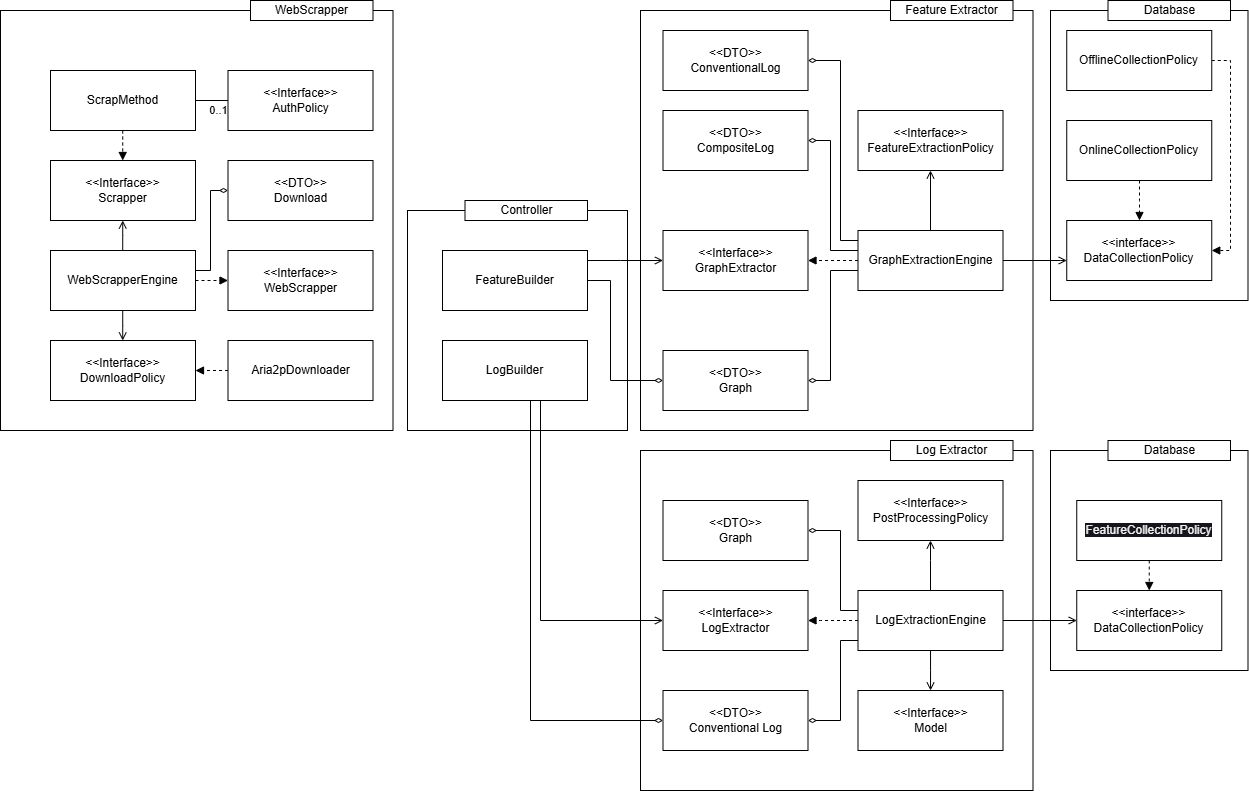
Vitorhgbds/GeoAI-ANP-DataExtractor keeps this draw.io diagram as diagrams/feature-pipeline.drawio.png. Above is the earlier version. Source tidied: cells renumbered, new cells last; positions are measured from the earlier drawing's top-left corner, leaving out a move shared by most shapes.
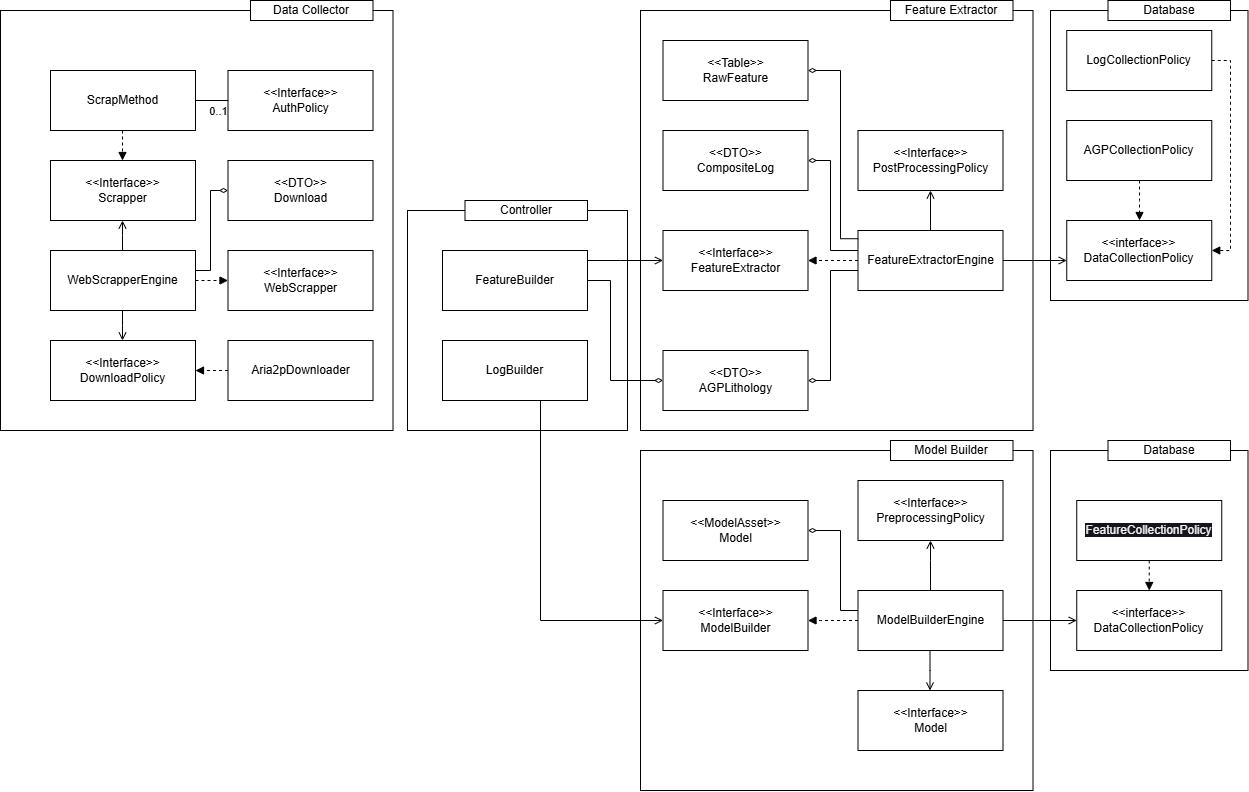
The same file after the commit.

What changed in the source:
```diff
@@ -25,7 +25,7 @@
         </Array>
       </mxGeometry>
     </mxCell>
-    <mxCell id="7" value="OnlineCollectionPolicy" style="rounded=0;whiteSpace=wrap;html=1;" parent="1" vertex="1">
+    <mxCell id="7" value="AGPCollectionPolicy" style="rounded=0;whiteSpace=wrap;html=1;" parent="1" vertex="1">
       <mxGeometry x="1066.2" y="120" width="145" height="60" as="geometry" />
     </mxCell>
     <mxCell id="8" style="edgeStyle=elbowEdgeStyle;html=1;rounded=0;endArrow=block;endFill=1;dashed=1;" parent="1" edge="1" source="9" target="5">
@@ -41,7 +41,7 @@
         </Array>
       </mxGeometry>
     </mxCell>
-    <mxCell id="9" value="OfflineCollectionPolicy" style="rounded=0;whiteSpace=wrap;html=1;" parent="1" vertex="1">
+    <mxCell id="9" value="LogCollectionPolicy" style="rounded=0;whiteSpace=wrap;html=1;" parent="1" vertex="1">
       <mxGeometry x="1066.2" y="30" width="145" height="60" as="geometry" />
     </mxCell>
     <mxCell id="10" style="edgeStyle=elbowEdgeStyle;html=1;endArrow=open;endFill=0;rounded=0;" parent="1" edge="1" source="16" target="5">
@@ -84,32 +84,21 @@
         </Array>
       </mxGeometry>
     </mxCell>
-    <mxCell id="15" style="edgeStyle=elbowEdgeStyle;rounded=0;html=1;endArrow=diamondThin;endFill=0;" parent="1" edge="1" source="16" target="21">
-      <mxGeometry relative="1" as="geometry">
-        <Array as="points">
-          <mxPoint x="840" y="240" />
-          <mxPoint x="850" y="240" />
-        </Array>
-      </mxGeometry>
-    </mxCell>
-    <mxCell id="16" value="GraphExtractionEngine" style="rounded=0;whiteSpace=wrap;html=1;" parent="1" vertex="1">
+    <mxCell id="16" value="FeatureExtractorEngine" style="rounded=0;whiteSpace=wrap;html=1;" parent="1" vertex="1">
       <mxGeometry x="857.5" y="230" width="145" height="60" as="geometry" />
     </mxCell>
-    <mxCell id="17" value="&amp;lt;&amp;lt;Interface&amp;gt;&amp;gt;&lt;br&gt;FeatureExtractionPolicy" style="rounded=0;whiteSpace=wrap;html=1;" parent="1" vertex="1">
-      <mxGeometry x="857.5" y="110" width="145" height="60" as="geometry" />
+    <mxCell id="17" value="&amp;lt;&amp;lt;Interface&amp;gt;&amp;gt;&lt;br&gt;PostProcessingPolicy" style="rounded=0;whiteSpace=wrap;html=1;" parent="1" vertex="1">
+      <mxGeometry x="857.5" y="130" width="145" height="60" as="geometry" />
     </mxCell>
-    <mxCell id="18" value="&amp;lt;&amp;lt;Interface&amp;gt;&amp;gt;&lt;br&gt;GraphExtractor" style="rounded=0;whiteSpace=wrap;html=1;" parent="1" vertex="1">
+    <mxCell id="18" value="&amp;lt;&amp;lt;Interface&amp;gt;&amp;gt;&lt;br&gt;FeatureExtractor" style="rounded=0;whiteSpace=wrap;html=1;" parent="1" vertex="1">
       <mxGeometry x="662.5" y="230" width="145" height="60" as="geometry" />
     </mxCell>
-    <mxCell id="19" value="&amp;lt;&amp;lt;DTO&amp;gt;&amp;gt;&lt;br&gt;Graph" style="rounded=0;whiteSpace=wrap;html=1;" parent="1" vertex="1">
+    <mxCell id="19" value="&amp;lt;&amp;lt;DTO&amp;gt;&amp;gt;&lt;br&gt;AGPLithology" style="rounded=0;whiteSpace=wrap;html=1;" parent="1" vertex="1">
       <mxGeometry x="662.5" y="350" width="145" height="60" as="geometry" />
     </mxCell>
     <mxCell id="20" value="&amp;lt;&amp;lt;DTO&amp;gt;&amp;gt;&lt;br&gt;CompositeLog" style="rounded=0;whiteSpace=wrap;html=1;" parent="1" vertex="1">
-      <mxGeometry x="662.5" y="110" width="145" height="60" as="geometry" />
+      <mxGeometry x="662.5" y="130" width="145" height="60" as="geometry" />
     </mxCell>
-    <mxCell id="21" value="&amp;lt;&amp;lt;DTO&amp;gt;&amp;gt;&lt;br&gt;ConventionalLog" style="rounded=0;whiteSpace=wrap;html=1;" parent="1" vertex="1">
-      <mxGeometry x="662.5" y="30" width="145" height="60" as="geometry" />
-    </mxCell>
     <mxCell id="22" value="Feature Extractor" style="rounded=0;whiteSpace=wrap;html=1;" parent="1" vertex="1">
       <mxGeometry x="890" width="122.5" height="20" as="geometry" />
     </mxCell>
@@ -164,14 +153,7 @@
         </Array>
       </mxGeometry>
     </mxCell>
-    <mxCell id="31" style="edgeStyle=elbowEdgeStyle;rounded=0;html=1;endArrow=diamondThin;endFill=0;" parent="1" edge="1" source="32" target="43">
-      <mxGeometry relative="1" as="geometry">
-        <Array as="points">
-          <mxPoint x="840" y="640" />
-        </Array>
-      </mxGeometry>
-    </mxCell>
-    <mxCell id="32" value="LogExtractionEngine" style="rounded=0;whiteSpace=wrap;html=1;" parent="1" vertex="1">
+    <mxCell id="32" value="ModelBuilderEngine" style="rounded=0;whiteSpace=wrap;html=1;" parent="1" vertex="1">
       <mxGeometry x="857.5" y="590" width="145" height="60" as="geometry" />
     </mxCell>
     <mxCell id="33" style="edgeStyle=elbowEdgeStyle;rounded=0;html=1;entryX=0;entryY=0.5;entryDx=0;entryDy=0;endArrow=open;endFill=0;" parent="1" edge="1" source="35" target="18">
@@ -210,13 +192,13 @@
     <mxCell id="35" value="FeatureBuilder" style="rounded=0;whiteSpace=wrap;html=1;" parent="1" vertex="1">
       <mxGeometry x="442" y="250" width="145" height="60" as="geometry" />
     </mxCell>
-    <mxCell id="36" value="&amp;lt;&amp;lt;Interface&amp;gt;&amp;gt;&lt;br&gt;PostProcessingPolicy" style="rounded=0;whiteSpace=wrap;html=1;" parent="1" vertex="1">
+    <mxCell id="36" value="&amp;lt;&amp;lt;Interface&amp;gt;&amp;gt;&lt;br&gt;&lt;div&gt;PreprocessingPolicy&lt;/div&gt;" style="rounded=0;whiteSpace=wrap;html=1;" parent="1" vertex="1">
       <mxGeometry x="857.5" y="480" width="145" height="60" as="geometry" />
     </mxCell>
-    <mxCell id="37" value="&amp;lt;&amp;lt;Interface&amp;gt;&amp;gt;&lt;br&gt;LogExtractor" style="rounded=0;whiteSpace=wrap;html=1;" parent="1" vertex="1">
+    <mxCell id="37" value="&amp;lt;&amp;lt;Interface&amp;gt;&amp;gt;&lt;br&gt;ModelBuilder" style="rounded=0;whiteSpace=wrap;html=1;" parent="1" vertex="1">
       <mxGeometry x="662.5" y="590" width="145" height="60" as="geometry" />
     </mxCell>
-    <mxCell id="38" value="Log Extractor" style="rounded=0;whiteSpace=wrap;html=1;" parent="1" vertex="1">
+    <mxCell id="38" value="Model Builder" style="rounded=0;whiteSpace=wrap;html=1;" parent="1" vertex="1">
       <mxGeometry x="890" y="440" width="122.5" height="20" as="geometry" />
     </mxCell>
     <mxCell id="39" value="Controller" style="rounded=0;whiteSpace=wrap;html=1;" parent="1" vertex="1">
@@ -233,19 +215,9 @@
         </Array>
       </mxGeometry>
     </mxCell>
-    <mxCell id="41" style="edgeStyle=elbowEdgeStyle;rounded=0;html=1;entryX=0;entryY=0.5;entryDx=0;entryDy=0;endArrow=diamondThin;endFill=0;" parent="1" edge="1" source="42" target="43">
-      <mxGeometry relative="1" as="geometry">
-        <Array as="points">
-          <mxPoint x="530" y="550" />
-        </Array>
-      </mxGeometry>
-    </mxCell>
     <mxCell id="42" value="LogBuilder" style="rounded=0;whiteSpace=wrap;html=1;" parent="1" vertex="1">
       <mxGeometry x="442" y="340" width="145" height="60" as="geometry" />
     </mxCell>
-    <mxCell id="43" value="&amp;lt;&amp;lt;DTO&amp;gt;&amp;gt;&lt;br&gt;Conventional Log" style="rounded=0;whiteSpace=wrap;html=1;" parent="1" vertex="1">
-      <mxGeometry x="662.5" y="690" width="145" height="60" as="geometry" />
-    </mxCell>
     <mxCell id="44" value="&amp;lt;&amp;lt;interface&amp;gt;&amp;gt;&lt;br&gt;DataCollectionPolicy" style="rounded=0;whiteSpace=wrap;html=1;" parent="1" vertex="1">
       <mxGeometry x="1076.2" y="590" width="145" height="60" as="geometry" />
     </mxCell>
@@ -270,13 +242,13 @@
     <mxCell id="48" value="&amp;lt;&amp;lt;Interface&amp;gt;&amp;gt;&lt;br&gt;Model" style="rounded=0;whiteSpace=wrap;html=1;" parent="1" vertex="1">
       <mxGeometry x="857.5" y="690" width="145" height="60" as="geometry" />
     </mxCell>
-    <mxCell id="49" value="&amp;lt;&amp;lt;DTO&amp;gt;&amp;gt;&lt;br&gt;Graph" style="rounded=0;whiteSpace=wrap;html=1;" parent="1" vertex="1">
+    <mxCell id="49" value="&amp;lt;&amp;lt;ModelAsset&amp;gt;&amp;gt;&lt;br&gt;Model" style="rounded=0;whiteSpace=wrap;html=1;" parent="1" vertex="1">
       <mxGeometry x="662.5" y="500" width="145" height="60" as="geometry" />
     </mxCell>
     <mxCell id="50" style="rounded=0;whiteSpace=wrap;html=1;" parent="1" vertex="1">
       <mxGeometry y="10" width="392.5" height="420" as="geometry" />
     </mxCell>
-    <mxCell id="51" value="WebScrapper" style="rounded=0;whiteSpace=wrap;html=1;" parent="1" vertex="1">
+    <mxCell id="51" value="Data Collector" style="rounded=0;whiteSpace=wrap;html=1;" parent="1" vertex="1">
       <mxGeometry x="250" width="122.5" height="20" as="geometry" />
     </mxCell>
     <mxCell id="52" value="&amp;lt;&amp;lt;Interface&amp;gt;&amp;gt;&lt;br&gt;Scrapper" style="rounded=0;whiteSpace=wrap;html=1;" parent="1" vertex="1">
@@ -333,5 +305,22 @@
     <mxCell id="67" value="&lt;div&gt;&amp;lt;&amp;lt;Interface&amp;gt;&amp;gt;&lt;/div&gt;AuthPolicy" style="rounded=0;whiteSpace=wrap;html=1;" parent="1" vertex="1">
       <mxGeometry x="227.5" y="70" width="145" height="60" as="geometry" />
     </mxCell>
+    <mxCell id="68" value="&amp;lt;&amp;lt;Table&amp;gt;&amp;gt;&lt;br&gt;RawFeature" style="rounded=0;whiteSpace=wrap;html=1;" parent="1" vertex="1">
+      <mxGeometry x="662.5" y="40" width="145" height="60" as="geometry" />
+    </mxCell>
+    <mxCell id="69" style="edgeStyle=elbowEdgeStyle;rounded=0;html=1;endArrow=diamondThin;endFill=0;exitX=0.001;exitY=0.137;exitDx=0;exitDy=0;exitPerimeter=0;" parent="1" edge="1" source="16" target="68">
+      <mxGeometry relative="1" as="geometry">
+        <Array as="points">
+          <mxPoint x="840" y="260" />
+          <mxPoint x="840" y="170" />
+          <mxPoint x="840" y="260" />
+          <mxPoint x="850" y="260" />
+          <mxPoint x="850" y="220" />
+          <mxPoint x="832.5" y="220" />
+          <mxPoint x="852.5" y="260" />
+          <mxPoint x="832.5" y="210" />
+        </Array>
+      </mxGeometry>
+    </mxCell>
   </root>
 </mxGraphModel>
```
